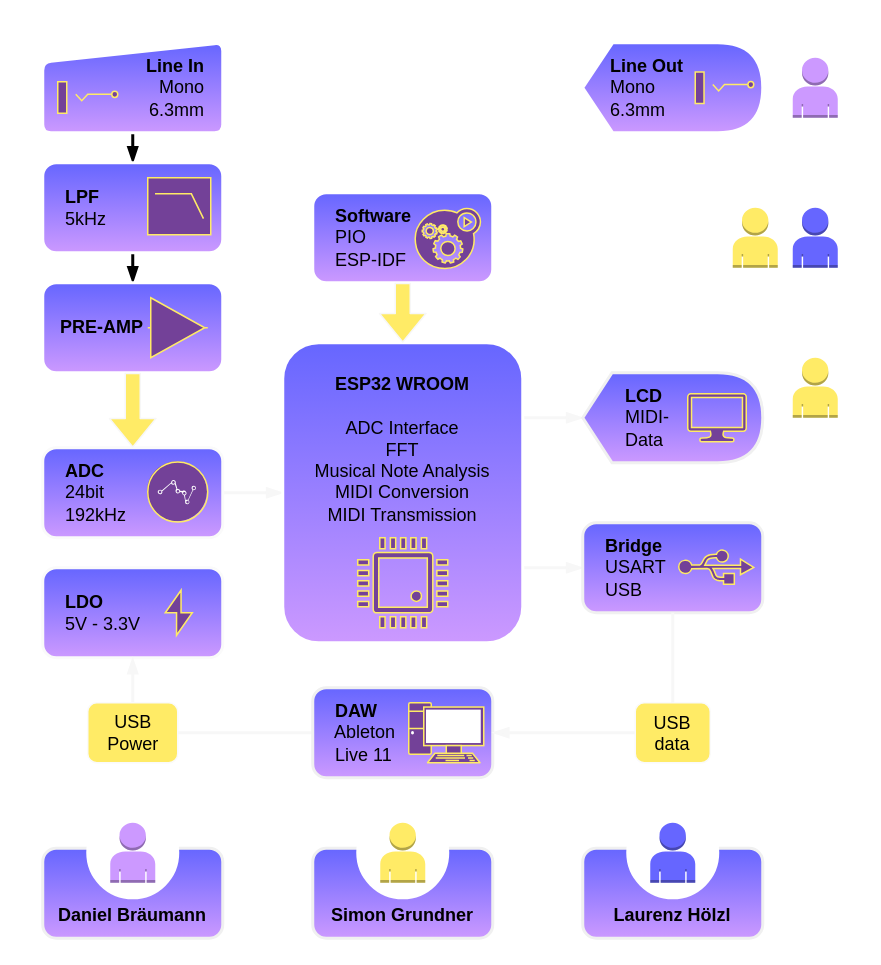
s-grundner/MTAP-MIDI-Guitar-Converter keeps this draw.io diagram as documentation/hw-docs/drawio/BSB-dark.drawio. Above is the earlier version. Source tidied: cells renumbered, new cells numbered last; positions are measured from the earlier drawing's top-left corner, leaving out a move shared by most shapes. Both pictures are drawn from the tidied source at 150%, with x=0, y=0 at pixel (27, 27).
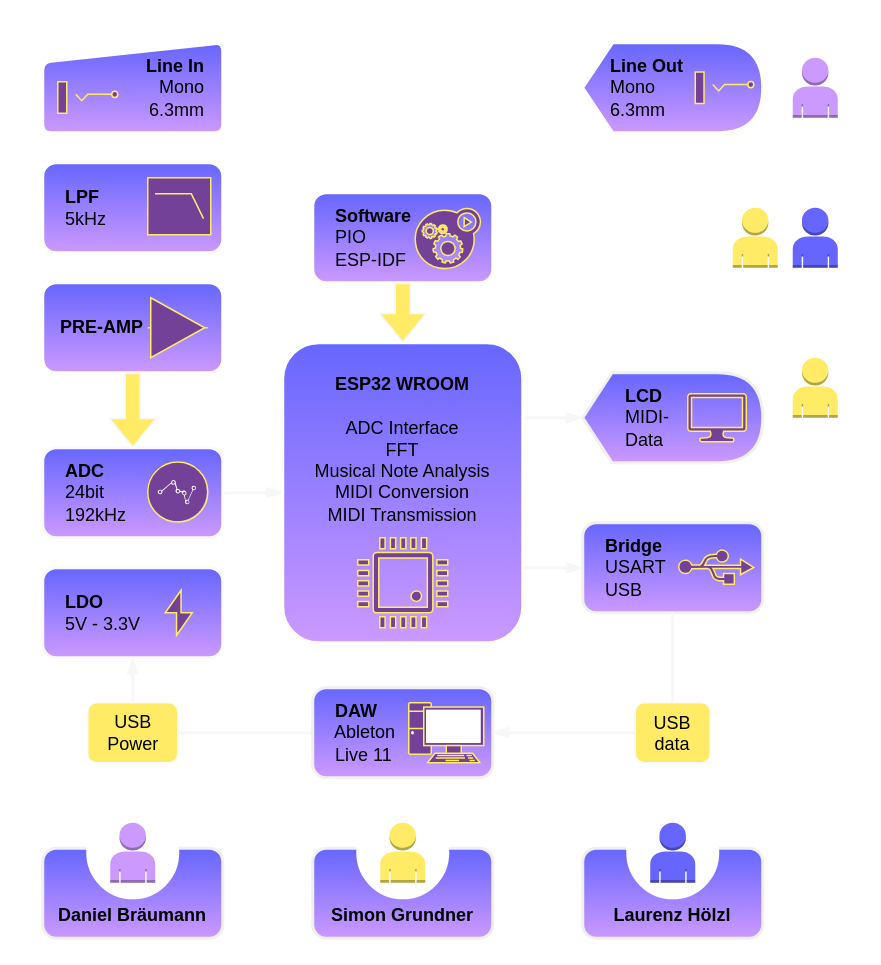
The same diagram, later.

The change refers to these unchanged cells:
```xml
<mxCell id="6" value="&lt;b&gt;Line In&amp;nbsp; &amp;nbsp;&lt;br&gt;&lt;/b&gt;Mono&amp;nbsp; &amp;nbsp;&lt;br&gt;6.3mm&lt;b&gt;&amp;nbsp; &amp;nbsp;&lt;/b&gt;" style="html=1;strokeWidth=2;shape=manualInput;whiteSpace=wrap;rounded=1;size=13;arcSize=11;glass=0;sketch=0;align=right;gradientColor=#CC99FF;fillColor=#6666FF;strokeColor=#FFFFFF;" parent="1" vertex="1">
  <mxGeometry x="10" y="10" width="120" height="60" as="geometry" />
</mxCell>
<mxCell id="14" value="&amp;nbsp; &amp;nbsp; &lt;b&gt;LPF&lt;br&gt;&amp;nbsp; &amp;nbsp; &lt;/b&gt;5kHz" style="rounded=1;whiteSpace=wrap;html=1;shadow=0;glass=0;sketch=0;strokeWidth=2;align=left;fillColor=#6666FF;gradientColor=#CC99FF;strokeColor=#FFFFFF;" parent="1" vertex="1">
  <mxGeometry x="10" y="90" width="120" height="60" as="geometry" />
</mxCell>
<mxCell id="25" value="&lt;b&gt;&amp;nbsp; &amp;nbsp;PRE-AMP&lt;/b&gt;" style="rounded=1;whiteSpace=wrap;html=1;shadow=0;glass=0;sketch=0;strokeColor=#FFFFFF;strokeWidth=2;fillColor=#6666FF;gradientColor=#CC99FF;align=left;" parent="1" vertex="1">
  <mxGeometry x="10" y="170" width="120" height="60" as="geometry" />
</mxCell>
```

What changed in the source:
```diff
@@
-    <mxCell id="5" style="edgeStyle=orthogonalEdgeStyle;rounded=1;jettySize=auto;html=1;strokeWidth=2;endArrow=blockThin;endFill=1;" parent="1" edge="1" source="6" target="14">
+    <mxCell id="5" style="edgeStyle=orthogonalEdgeStyle;rounded=1;jettySize=auto;html=1;strokeWidth=2;endArrow=blockThin;endFill=1;strokeColor=#FFFFFF;" parent="1" edge="1" source="6" target="14">
       <mxGeometry relative="1" as="geometry" />
     </mxCell>
@@
-    <mxCell id="13" style="edgeStyle=orthogonalEdgeStyle;rounded=1;jettySize=auto;html=1;strokeWidth=2;endArrow=blockThin;endFill=1;" parent="1" edge="1" source="14" target="25">
+    <mxCell id="13" style="edgeStyle=orthogonalEdgeStyle;rounded=1;jettySize=auto;html=1;strokeWidth=2;endArrow=blockThin;endFill=1;strokeColor=#FFFFFF;" parent="1" edge="1" source="14" target="25">
       <mxGeometry relative="1" as="geometry" />
     </mxCell>
```
